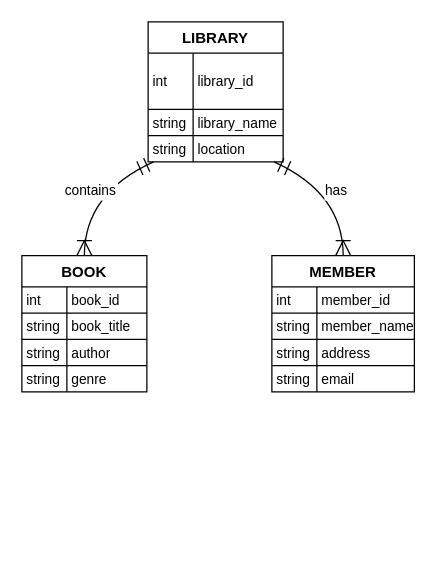
Chukwuebuka-2003/SE-DFD keeps this draw.io diagram as entityrelationship[.drawio. Above is the earlier version. Source tidied: cells renumbered, new cells numbered last; positions are measured from the earlier drawing's top-left corner, leaving out a move shared by most shapes. Both pictures are drawn from the tidied source at 125%, with x=0, y=0 at pixel (21, 21).
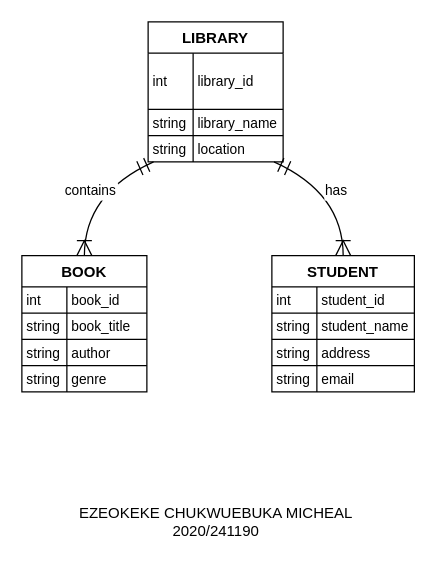
The same diagram, later.

The change refers to these unchanged cells:
```xml
<mxCell id="26" style="shape=tableRow;horizontal=0;startSize=0;swimlaneHead=0;swimlaneBody=0;fillColor=none;top=0;left=0;right=0;bottom=0;" parent="25" vertex="1">
  <mxGeometry y="25" width="114" height="21" as="geometry" />
</mxCell>
<mxCell id="29" style="shape=tableRow;horizontal=0;startSize=0;swimlaneHead=0;swimlaneBody=0;fillColor=none;top=0;left=0;right=0;bottom=0;" parent="25" vertex="1">
  <mxGeometry y="46" width="114" height="21" as="geometry" />
</mxCell>
```

Change to the diagram source:
```diff
@@
-    <mxCell id="25" value="MEMBER" style="shape=table;startSize=25;childLayout=tableLayout;rowLines=1;fontStyle=1;align=center;" parent="1" vertex="1">
+    <mxCell id="25" value="STUDENT" style="shape=table;startSize=25;childLayout=tableLayout;rowLines=1;fontStyle=1;align=center;" parent="1" vertex="1">
       <mxGeometry x="200" y="187" width="114" height="109" as="geometry" />
     </mxCell>
@@
-    <mxCell id="28" value="member_id" style="shape=partialRectangle;fillColor=none;top=0;left=0;bottom=0;right=0;align=left;spacingLeft=2;overflow=hidden;fontSize=11;" parent="26" vertex="1">
+    <mxCell id="28" value="student_id" style="shape=partialRectangle;fillColor=none;top=0;left=0;bottom=0;right=0;align=left;spacingLeft=2;overflow=hidden;fontSize=11;" parent="26" vertex="1">
       <mxGeometry x="36" width="78" height="21" as="geometry" />
     </mxCell>
@@
-    <mxCell id="31" value="member_name" style="shape=partialRectangle;fillColor=none;top=0;left=0;bottom=0;right=0;align=left;spacingLeft=2;overflow=hidden;fontSize=11;" parent="29" vertex="1">
+    <mxCell id="31" value="student_name" style="shape=partialRectangle;fillColor=none;top=0;left=0;bottom=0;right=0;align=left;spacingLeft=2;overflow=hidden;fontSize=11;" parent="29" vertex="1">
       <mxGeometry x="36" width="78" height="21" as="geometry" />
     </mxCell>
@@
+    <mxCell id="40" value="EZEOKEKE CHUKWUEBUKA MICHEAL&lt;br&gt;2020/241190" style="text;html=1;align=center;verticalAlign=middle;strokeColor=none;fillColor=none;" parent="1" vertex="1">
+      <mxGeometry x="35" y="380" width="240" height="40" as="geometry" />
+    </mxCell>
```
